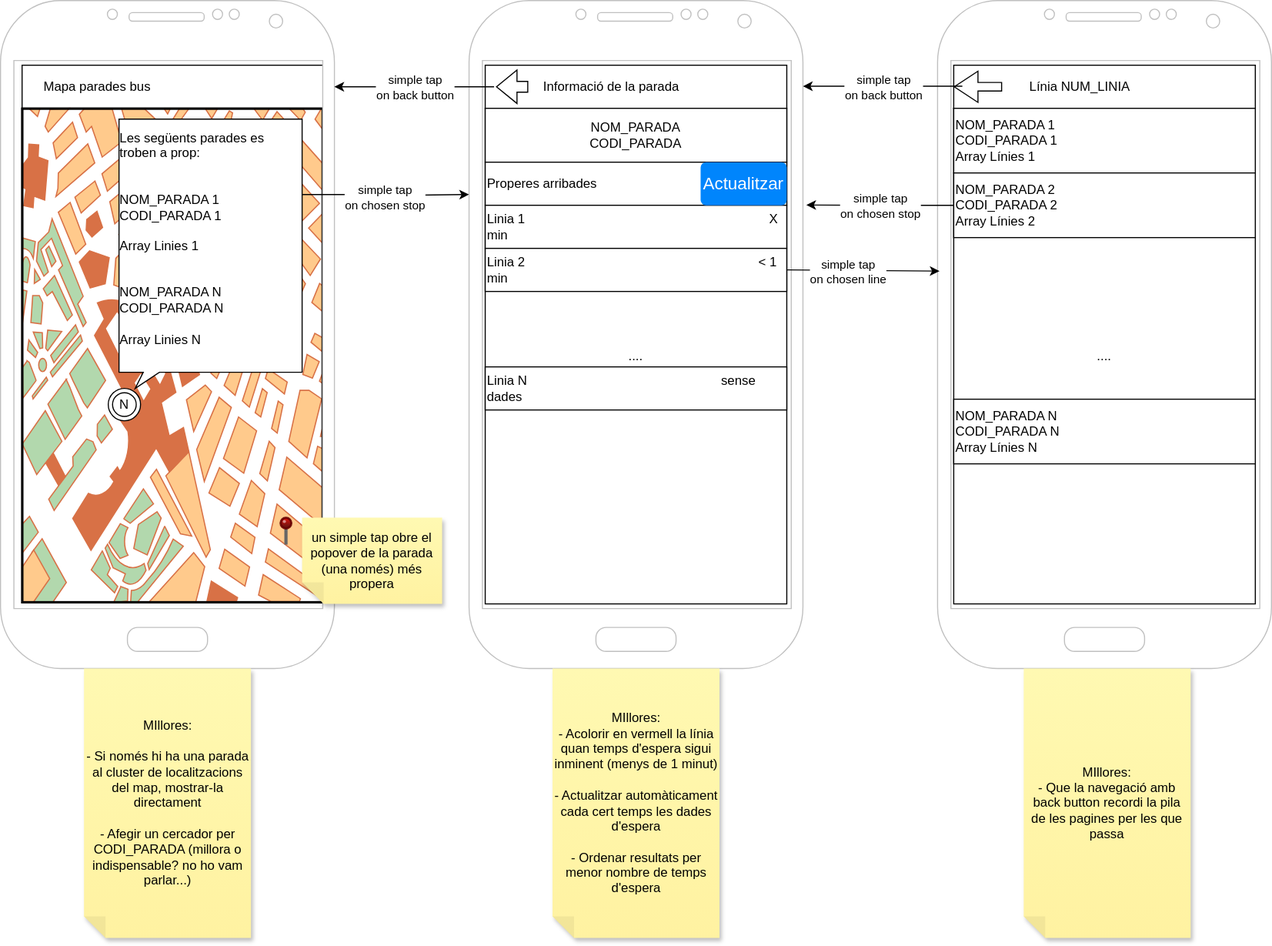
Before: doc/ScreenMap.drawio.svg, a diagram exported from draw.io (airime/app-bus-barcelona). Source tidied: cells renumbered, new cells last; positions are measured from the earlier drawing's top-left corner, leaving out a move shared by most shapes.
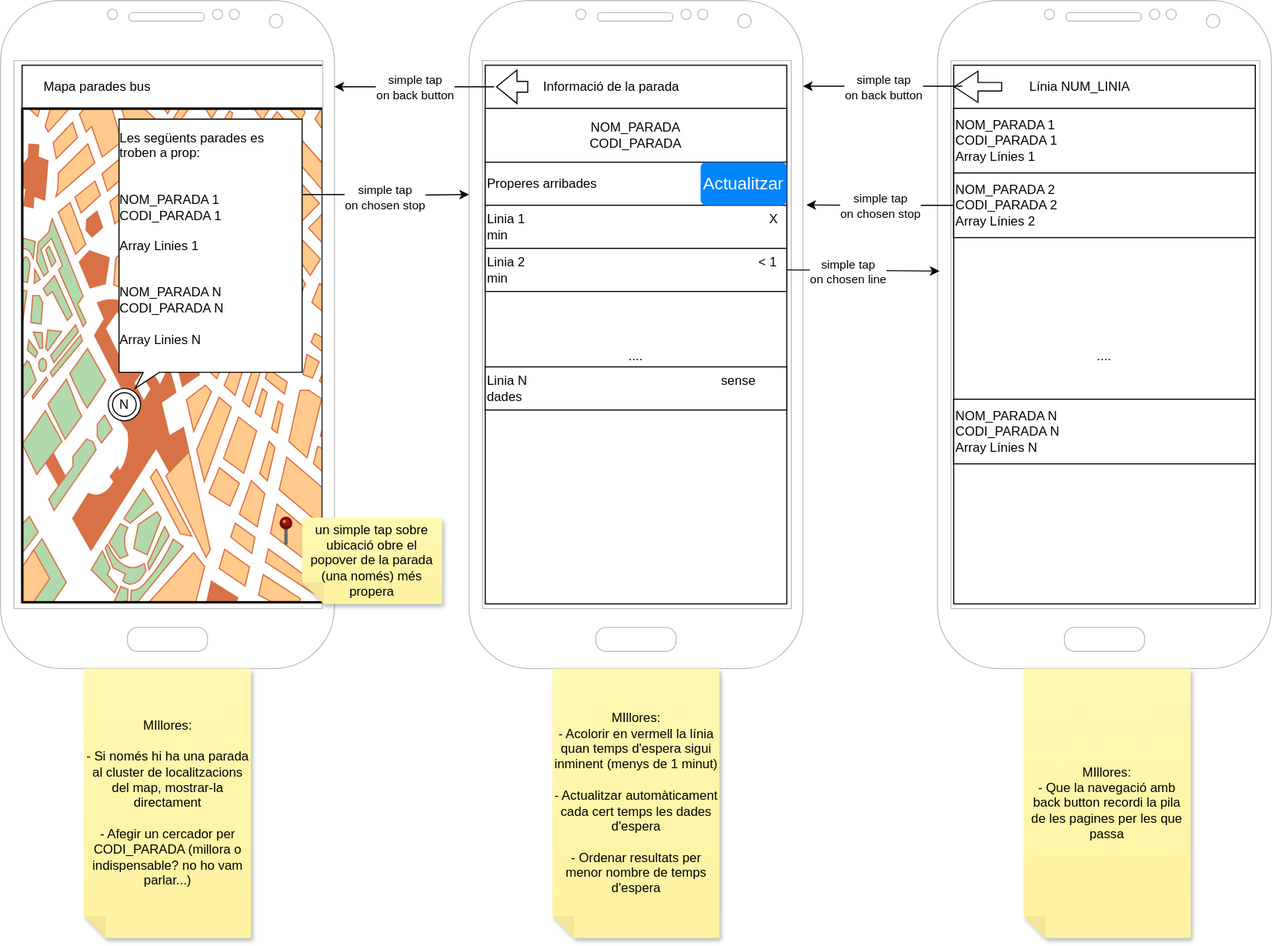
The same file after the commit.

Diff of the diagram source:
```diff
@@ -154,7 +154,7 @@
     <mxCell id="47" style="verticalLabelPosition=top;shadow=0;dashed=0;align=center;html=1;verticalAlign=bottom;strokeWidth=1;shape=mxgraph.mockup.misc.pin;fillColor2=#dd0000;fillColor3=#440000;strokeColor=#660000;" parent="1" vertex="1">
       <mxGeometry x="260" y="480" width="10" height="25" as="geometry" />
     </mxCell>
-    <mxCell id="48" value="un simple tap obre el popover de la parada (una només) més propera" style="shape=note;whiteSpace=wrap;html=1;backgroundOutline=1;fontColor=#000000;darkOpacity=0.05;fillColor=#FFF9B2;strokeColor=none;fillStyle=solid;direction=west;gradientDirection=north;gradientColor=#FFF2A1;shadow=1;size=20;" parent="1" vertex="1">
+    <mxCell id="48" value="un simple tap sobre ubicació obre el popover de la parada (una només) més propera" style="shape=note;whiteSpace=wrap;html=1;backgroundOutline=1;fontColor=#000000;darkOpacity=0.05;fillColor=#FFF9B2;strokeColor=none;fillStyle=solid;direction=west;gradientDirection=north;gradientColor=#FFF2A1;shadow=1;size=20;" parent="1" vertex="1">
       <mxGeometry x="280" y="480" width="130" height="80" as="geometry" />
     </mxCell>
   </root>
```
